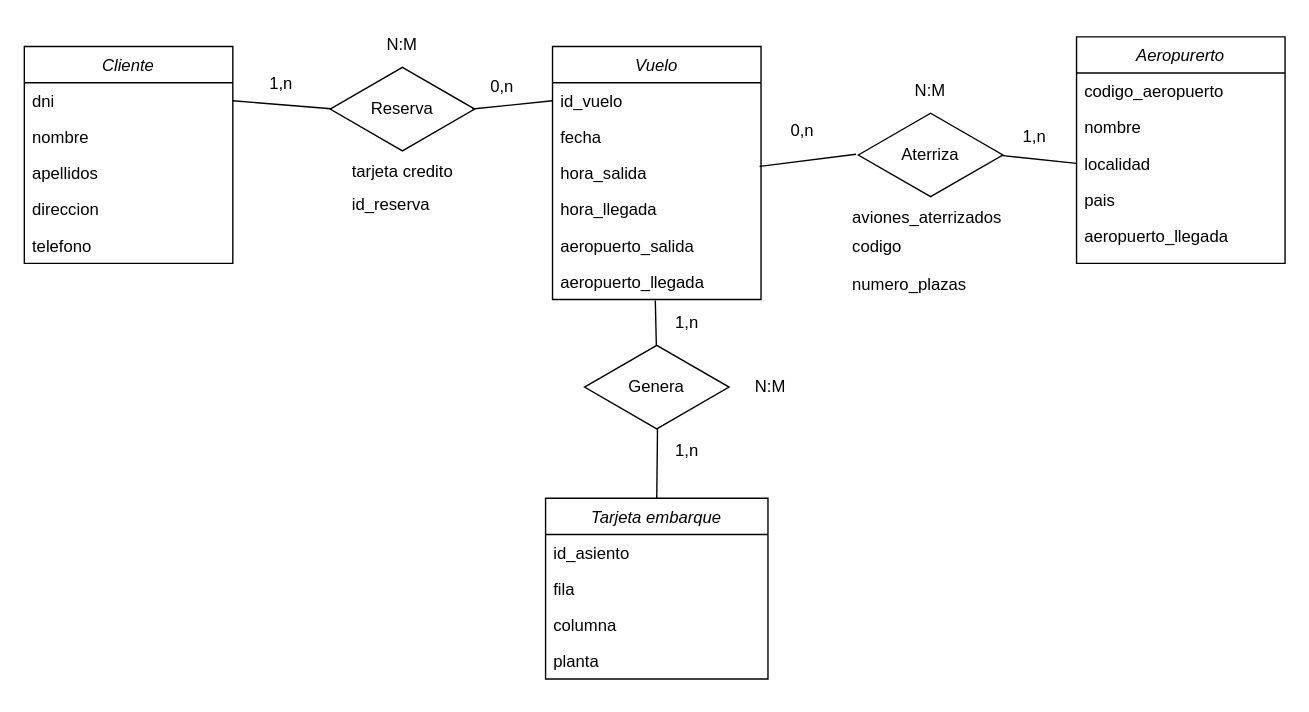
Before: Ej8.drawio in Daninuro/diagrames-cvf-dn-mpl-n-11102023, a draw.io diagram. Source tidied: cells renumbered, new cells numbered last; positions are measured from the earlier drawing's top-left corner, leaving out a move shared by most shapes. Both pictures are drawn from the tidied source at 139%, with x=0, y=0 at pixel (24, 24).
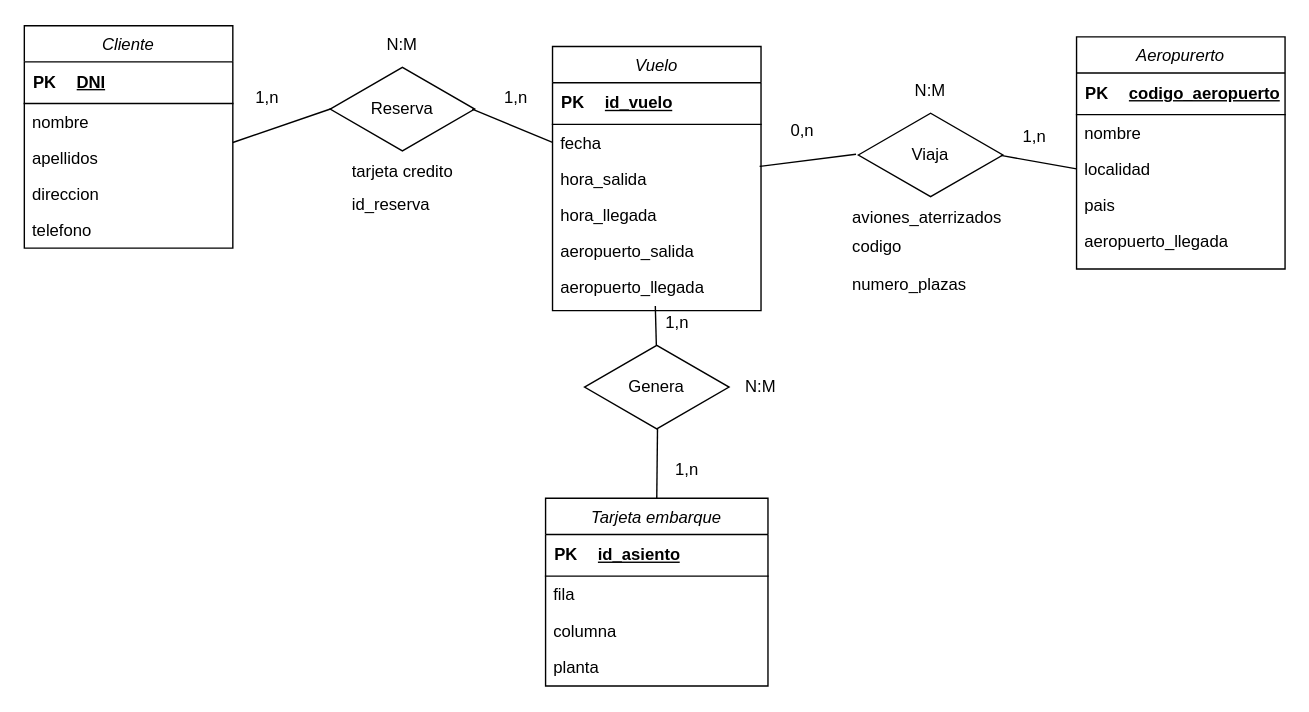
After the change.

Unchanged cells that the change refers to:
```xml
<mxCell id="20" style="html=1;whiteSpace=wrap;shape=isoRectangle;" parent="1" vertex="1">
  <mxGeometry x="220" y="29.8" width="104" height="62.4" as="geometry" />
</mxCell>
```

Diff of the diagram source:
```diff
@@
     <mxCell id="2" value="Vuelo" style="swimlane;fontStyle=2;align=center;verticalAlign=top;horizontal=1;startSize=26;rounded=0;shadow=0;strokeWidth=1;" parent="1" vertex="1">
-      <mxGeometry x="380" y="16" width="150" height="182" as="geometry" />
+      <mxGeometry x="380" y="16" width="150" height="190" as="geometry" />
     </mxCell>
+    <mxCell id="52" style="shape=table;startSize=0;childLayout=tableLayout;rowLines=0;fontStyle=0;align=center;strokeColor=none;fillColor=none;" parent="2" vertex="1">
+      <mxGeometry y="26" width="150" height="30" as="geometry" />
+    </mxCell>
+    <mxCell id="53" style="shape=tableRow;horizontal=0;startSize=0;swimlaneHead=0;swimlaneBody=0;fillColor=none;top=0;left=0;right=0;bottom=1;" parent="52" vertex="1">
+      <mxGeometry width="150" height="30" as="geometry" />
+    </mxCell>
+    <mxCell id="54" value="PK" style="shape=partialRectangle;fillColor=none;top=0;left=0;bottom=0;right=0;fontStyle=1;overflow=hidden;whiteSpace=wrap;html=1;" parent="53" vertex="1">
+      <mxGeometry width="30" height="30" as="geometry" />
+    </mxCell>
-    <mxCell id="3" value="id_vuelo" style="text;align=left;verticalAlign=top;spacingLeft=4;spacingRight=4;overflow=hidden;points=[[0,0.5],[1,0.5]];portConstraint=eastwest;" parent="2" vertex="1">
-      <mxGeometry y="26" width="150" height="26" as="geometry" />
+    <mxCell id="3" value="id_vuelo" style="shape=partialRectangle;fillColor=none;top=0;left=0;bottom=0;right=0;align=left;spacingLeft=6;fontStyle=5;overflow=hidden;whiteSpace=wrap;html=1;" parent="53" vertex="1">
+      <mxGeometry x="30" width="120" height="30" as="geometry" />
     </mxCell>
     <mxCell id="4" value="fecha" style="text;align=left;verticalAlign=top;spacingLeft=4;spacingRight=4;overflow=hidden;rounded=0;shadow=0;html=0;" parent="2" vertex="1">
-      <mxGeometry y="52" width="150" height="26" as="geometry" />
+      <mxGeometry y="56" width="150" height="26" as="geometry" />
     </mxCell>
     <mxCell id="5" value="hora_salida" style="text;align=left;verticalAlign=top;spacingLeft=4;spacingRight=4;overflow=hidden;rounded=0;shadow=0;html=0;" parent="2" vertex="1">
-      <mxGeometry y="78" width="150" height="26" as="geometry" />
+      <mxGeometry y="82" width="150" height="26" as="geometry" />
     </mxCell>
     <mxCell id="6" value="hora_llegada" style="text;align=left;verticalAlign=top;spacingLeft=4;spacingRight=4;overflow=hidden;" parent="2" vertex="1">
-      <mxGeometry y="104" width="150" height="26" as="geometry" />
+      <mxGeometry y="108" width="150" height="26" as="geometry" />
     </mxCell>
     <mxCell id="7" value="aeropuerto_salida" style="text;align=left;verticalAlign=top;spacingLeft=4;spacingRight=4;overflow=hidden;" parent="2" vertex="1">
-      <mxGeometry y="130" width="150" height="26" as="geometry" />
+      <mxGeometry y="134" width="150" height="26" as="geometry" />
     </mxCell>
     <mxCell id="8" value="aeropuerto_llegada" style="text;align=left;verticalAlign=top;spacingLeft=4;spacingRight=4;overflow=hidden;points=[[0,0.5],[1,0.5]];portConstraint=eastwest;" parent="2" vertex="1">
-      <mxGeometry y="156" width="150" height="26" as="geometry" />
+      <mxGeometry y="160" width="150" height="26" as="geometry" />
     </mxCell>
     <mxCell id="9" value="Cliente" style="swimlane;fontStyle=2;align=center;verticalAlign=top;horizontal=1;startSize=26;rounded=0;shadow=0;strokeWidth=1;" parent="1" vertex="1">
-      <mxGeometry y="16" width="150" height="156" as="geometry" />
+      <mxGeometry y="1" width="150" height="160" as="geometry" />
     </mxCell>
-    <mxCell id="10" value="dni" style="text;align=left;verticalAlign=top;spacingLeft=4;spacingRight=4;overflow=hidden;points=[[0,0.5],[1,0.5]];portConstraint=eastwest;" parent="9" vertex="1">
-      <mxGeometry y="26" width="150" height="26" as="geometry" />
-    </mxCell>
+    <mxCell id="55" style="shape=table;startSize=0;childLayout=tableLayout;rowLines=0;fontStyle=0;align=center;strokeColor=none;fillColor=none;" parent="9" vertex="1">
+      <mxGeometry y="26" width="150" height="30" as="geometry" />
+    </mxCell>
+    <mxCell id="56" style="shape=tableRow;horizontal=0;startSize=0;swimlaneHead=0;swimlaneBody=0;fillColor=none;top=0;left=0;right=0;bottom=1;" parent="55" vertex="1">
+      <mxGeometry width="150" height="30" as="geometry" />
+    </mxCell>
+    <mxCell id="57" value="PK" style="shape=partialRectangle;fillColor=none;top=0;left=0;bottom=0;right=0;fontStyle=1;overflow=hidden;whiteSpace=wrap;html=1;" parent="56" vertex="1">
+      <mxGeometry width="30" height="30" as="geometry" />
+    </mxCell>
+    <mxCell id="58" value="DNI" style="shape=partialRectangle;fillColor=none;top=0;left=0;bottom=0;right=0;align=left;spacingLeft=6;fontStyle=5;overflow=hidden;whiteSpace=wrap;html=1;" parent="56" vertex="1">
+      <mxGeometry x="30" width="120" height="30" as="geometry" />
+    </mxCell>
     <mxCell id="11" value="nombre" style="text;align=left;verticalAlign=top;spacingLeft=4;spacingRight=4;overflow=hidden;rounded=0;shadow=0;html=0;" parent="9" vertex="1">
-      <mxGeometry y="52" width="150" height="26" as="geometry" />
+      <mxGeometry y="56" width="150" height="26" as="geometry" />
     </mxCell>
     <mxCell id="12" value="apellidos" style="text;align=left;verticalAlign=top;spacingLeft=4;spacingRight=4;overflow=hidden;rounded=0;shadow=0;html=0;" parent="9" vertex="1">
-      <mxGeometry y="78" width="150" height="26" as="geometry" />
+      <mxGeometry y="82" width="150" height="26" as="geometry" />
     </mxCell>
     <mxCell id="13" value="direccion" style="text;align=left;verticalAlign=top;spacingLeft=4;spacingRight=4;overflow=hidden;rounded=0;shadow=0;html=0;" parent="9" vertex="1">
-      <mxGeometry y="104" width="150" height="26" as="geometry" />
+      <mxGeometry y="108" width="150" height="26" as="geometry" />
     </mxCell>
     <mxCell id="14" value="telefono" style="text;align=left;verticalAlign=top;spacingLeft=4;spacingRight=4;overflow=hidden;rounded=0;shadow=0;html=0;" parent="9" vertex="1">
-      <mxGeometry y="130" width="150" height="26" as="geometry" />
+      <mxGeometry y="134" width="150" height="26" as="geometry" />
     </mxCell>
     <mxCell id="15" value="Tarjeta embarque" style="swimlane;fontStyle=2;align=center;verticalAlign=top;horizontal=1;startSize=26;rounded=0;shadow=0;strokeWidth=1;" parent="1" vertex="1">
-      <mxGeometry x="375" y="341" width="160" height="130" as="geometry" />
+      <mxGeometry x="375" y="341" width="160" height="135" as="geometry" />
     </mxCell>
+    <mxCell id="59" style="shape=table;startSize=0;childLayout=tableLayout;rowLines=0;fontStyle=0;align=center;strokeColor=none;fillColor=none;" parent="15" vertex="1">
+      <mxGeometry y="26" width="160" height="30" as="geometry" />
+    </mxCell>
+    <mxCell id="60" style="shape=tableRow;horizontal=0;startSize=0;swimlaneHead=0;swimlaneBody=0;fillColor=none;top=0;left=0;right=0;bottom=1;" parent="59" vertex="1">
+      <mxGeometry width="160" height="30" as="geometry" />
+    </mxCell>
+    <mxCell id="61" value="PK" style="shape=partialRectangle;fillColor=none;top=0;left=0;bottom=0;right=0;fontStyle=1;overflow=hidden;whiteSpace=wrap;html=1;" parent="60" vertex="1">
+      <mxGeometry width="30" height="30" as="geometry" />
+    </mxCell>
-    <mxCell id="16" value="id_asiento&#10;" style="text;align=left;verticalAlign=top;spacingLeft=4;spacingRight=4;overflow=hidden;rounded=0;shadow=0;html=0;" parent="15" vertex="1">
-      <mxGeometry y="26" width="160" height="26" as="geometry" />
+    <mxCell id="16" value="id_asiento" style="shape=partialRectangle;fillColor=none;top=0;left=0;bottom=0;right=0;align=left;spacingLeft=6;fontStyle=5;overflow=hidden;whiteSpace=wrap;html=1;" parent="60" vertex="1">
+      <mxGeometry x="30" width="130" height="30" as="geometry" />
     </mxCell>
     <mxCell id="17" value="fila" style="text;align=left;verticalAlign=top;spacingLeft=4;spacingRight=4;overflow=hidden;rounded=0;shadow=0;html=0;" parent="15" vertex="1">
-      <mxGeometry y="52" width="160" height="26" as="geometry" />
+      <mxGeometry y="56" width="160" height="26" as="geometry" />
     </mxCell>
     <mxCell id="18" value="columna" style="text;align=left;verticalAlign=top;spacingLeft=4;spacingRight=4;overflow=hidden;rounded=0;shadow=0;html=0;" parent="15" vertex="1">
-      <mxGeometry y="78" width="160" height="26" as="geometry" />
+      <mxGeometry y="82" width="160" height="26" as="geometry" />
     </mxCell>
     <mxCell id="19" value="planta" style="text;align=left;verticalAlign=top;spacingLeft=4;spacingRight=4;overflow=hidden;rounded=0;shadow=0;html=0;" parent="15" vertex="1">
-      <mxGeometry y="104" width="160" height="26" as="geometry" />
+      <mxGeometry y="108" width="160" height="26" as="geometry" />
     </mxCell>
@@
-    <mxCell id="22" style="endArrow=none;html=1;rounded=0;entryX=1;entryY=0.5;entryDx=0;entryDy=0;exitX=0.007;exitY=0.496;exitDx=0;exitDy=0;exitPerimeter=0;" parent="1" edge="1" source="20" target="10">
-      <mxGeometry relative="1" as="geometry" />
+    <mxCell id="22" style="endArrow=none;html=1;rounded=0;entryX=1;entryY=0.5;entryDx=0;entryDy=0;exitX=0.007;exitY=0.496;exitDx=0;exitDy=0;exitPerimeter=0;" parent="1" edge="1" source="20">
+      <mxGeometry relative="1" as="geometry">
+        <mxPoint x="150" y="85" as="targetPoint" />
+      </mxGeometry>
     </mxCell>
-    <mxCell id="23" style="endArrow=none;html=1;rounded=0;entryX=0;entryY=0.5;entryDx=0;entryDy=0;exitX=0.983;exitY=0.499;exitDx=0;exitDy=0;exitPerimeter=0;" parent="1" edge="1" source="20" target="3">
-      <mxGeometry relative="1" as="geometry" />
+    <mxCell id="23" style="endArrow=none;html=1;rounded=0;entryX=0;entryY=0.5;entryDx=0;entryDy=0;exitX=0.983;exitY=0.499;exitDx=0;exitDy=0;exitPerimeter=0;" parent="1" edge="1" source="20">
+      <mxGeometry relative="1" as="geometry">
+        <mxPoint x="380" y="85" as="targetPoint" />
+      </mxGeometry>
     </mxCell>
     <mxCell id="24" value="1,n" style="text;html=1;strokeColor=none;fillColor=none;align=center;verticalAlign=middle;whiteSpace=wrap;rounded=0;" parent="1" vertex="1">
-      <mxGeometry x="160" y="30" width="50" height="26" as="geometry" />
+      <mxGeometry x="150" y="40" width="50" height="26" as="geometry" />
     </mxCell>
-    <mxCell id="25" value="0,n" style="text;html=1;strokeColor=none;fillColor=none;align=center;verticalAlign=middle;whiteSpace=wrap;rounded=0;" parent="1" vertex="1">
-      <mxGeometry x="314" y="29.8" width="60" height="30" as="geometry" />
+    <mxCell id="25" value="1,n" style="text;html=1;strokeColor=none;fillColor=none;align=center;verticalAlign=middle;whiteSpace=wrap;rounded=0;" parent="1" vertex="1">
+      <mxGeometry x="324" y="38" width="60" height="30" as="geometry" />
     </mxCell>
@@
     <mxCell id="31" value="1,n" style="text;html=1;strokeColor=none;fillColor=none;align=center;verticalAlign=middle;whiteSpace=wrap;rounded=0;" parent="1" vertex="1">
-      <mxGeometry x="447" y="292.2" width="60" height="30" as="geometry" />
+      <mxGeometry x="447" y="306" width="60" height="30" as="geometry" />
     </mxCell>
     <mxCell id="32" value="1,n" style="text;html=1;strokeColor=none;fillColor=none;align=center;verticalAlign=middle;whiteSpace=wrap;rounded=0;" parent="1" vertex="1">
-      <mxGeometry x="447" y="199.8" width="60" height="30" as="geometry" />
+      <mxGeometry x="440" y="199.8" width="60" height="30" as="geometry" />
     </mxCell>
     <mxCell id="33" value="N:M" style="text;html=1;strokeColor=none;fillColor=none;align=center;verticalAlign=middle;whiteSpace=wrap;rounded=0;" parent="1" vertex="1">
-      <mxGeometry x="507" y="246" width="60" height="30" as="geometry" />
+      <mxGeometry x="500" y="246" width="60" height="30" as="geometry" />
     </mxCell>
@@
     <mxCell id="37" value="Aeropurerto" style="swimlane;fontStyle=2;align=center;verticalAlign=top;horizontal=1;startSize=26;rounded=0;shadow=0;strokeWidth=1;" parent="1" vertex="1">
-      <mxGeometry x="757" y="9" width="150" height="163" as="geometry" />
+      <mxGeometry x="757" y="9" width="150" height="167" as="geometry" />
     </mxCell>
+    <mxCell id="62" style="shape=table;startSize=0;childLayout=tableLayout;rowLines=0;fontStyle=0;align=center;strokeColor=none;fillColor=none;" parent="37" vertex="1">
+      <mxGeometry y="26" width="150" height="30" as="geometry" />
+    </mxCell>
+    <mxCell id="63" style="shape=tableRow;horizontal=0;startSize=0;swimlaneHead=0;swimlaneBody=0;fillColor=none;top=0;left=0;right=0;bottom=1;" parent="62" vertex="1">
+      <mxGeometry width="150" height="30" as="geometry" />
+    </mxCell>
+    <mxCell id="64" value="PK" style="shape=partialRectangle;fillColor=none;top=0;left=0;bottom=0;right=0;fontStyle=1;overflow=hidden;whiteSpace=wrap;html=1;" parent="63" vertex="1">
+      <mxGeometry width="30" height="30" as="geometry" />
+    </mxCell>
-    <mxCell id="38" value="codigo_aeropuerto" style="text;align=left;verticalAlign=top;spacingLeft=4;spacingRight=4;overflow=hidden;" parent="37" vertex="1">
-      <mxGeometry y="26" width="150" height="26" as="geometry" />
+    <mxCell id="38" value="codigo_aeropuerto" style="shape=partialRectangle;fillColor=none;top=0;left=0;bottom=0;right=0;align=left;spacingLeft=6;fontStyle=5;overflow=hidden;whiteSpace=wrap;html=1;" parent="63" vertex="1">
+      <mxGeometry x="30" width="120" height="30" as="geometry" />
     </mxCell>
     <mxCell id="39" value="nombre" style="text;align=left;verticalAlign=top;spacingLeft=4;spacingRight=4;overflow=hidden;rounded=0;shadow=0;html=0;" parent="37" vertex="1">
-      <mxGeometry y="52" width="150" height="26" as="geometry" />
+      <mxGeometry y="56" width="150" height="26" as="geometry" />
     </mxCell>
     <mxCell id="40" value="localidad" style="text;align=left;verticalAlign=top;spacingLeft=4;spacingRight=4;overflow=hidden;points=[[0,0.5],[1,0.5]];portConstraint=eastwest;rounded=0;shadow=0;html=0;" parent="37" vertex="1">
-      <mxGeometry y="78" width="150" height="26" as="geometry" />
+      <mxGeometry y="82" width="150" height="26" as="geometry" />
     </mxCell>
     <mxCell id="41" value="pais" style="text;align=left;verticalAlign=top;spacingLeft=4;spacingRight=4;overflow=hidden;" parent="37" vertex="1">
-      <mxGeometry y="104" width="150" height="26" as="geometry" />
+      <mxGeometry y="108" width="150" height="26" as="geometry" />
     </mxCell>
     <mxCell id="42" value="aeropuerto_llegada" style="text;align=left;verticalAlign=top;spacingLeft=4;spacingRight=4;overflow=hidden;" parent="37" vertex="1">
-      <mxGeometry y="130" width="150" height="26" as="geometry" />
+      <mxGeometry y="134" width="150" height="26" as="geometry" />
     </mxCell>
-    <mxCell id="43" value="Aterriza" style="text;html=1;strokeColor=none;fillColor=none;align=center;verticalAlign=middle;whiteSpace=wrap;rounded=0;" parent="1" vertex="1">
+    <mxCell id="43" value="Viaja" style="text;html=1;strokeColor=none;fillColor=none;align=center;verticalAlign=middle;whiteSpace=wrap;rounded=0;" parent="1" vertex="1">
       <mxGeometry x="622" y="79" width="60" height="30" as="geometry" />
     </mxCell>
```
